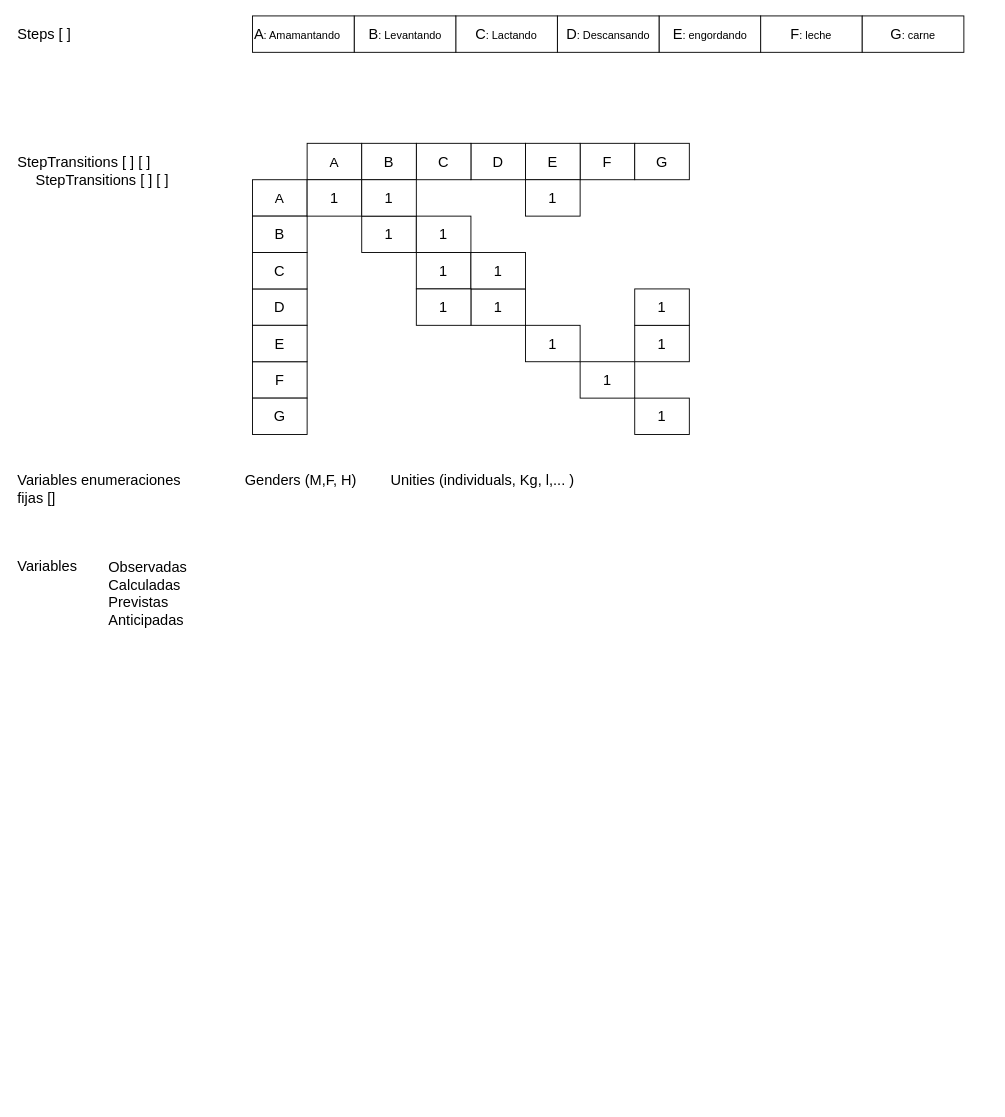
Before: page "Genérico" (1 of 2) of CiclosBovinos.drawio in stdupas/app.agromaker, a draw.io diagram. Source tidied: cells renumbered, new cells numbered last; positions are measured from the earlier drawing's top-left corner, leaving out a move shared by most shapes. Both pictures are drawn from the tidied source at 91%, with x=0, y=0 at pixel (15, 15).
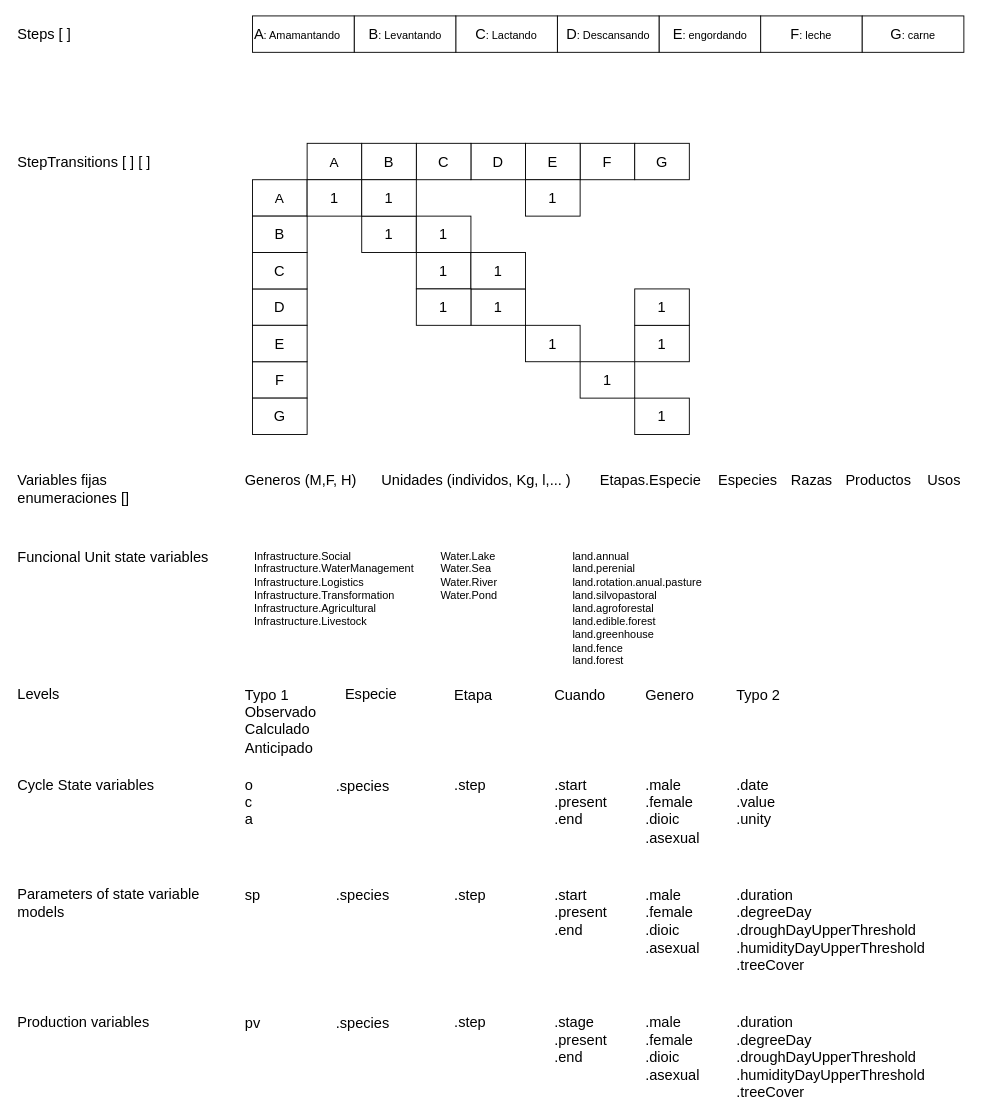
The same page after the edit.

What changed in the source:
```diff
@@
-    <mxCell id="4" value="Variables enumeraciones fijas [] " style="text;html=1;strokeColor=none;fillColor=none;align=left;verticalAlign=middle;whiteSpace=wrap;rounded=0;fontSize=16;" parent="1" vertex="1">
+    <mxCell id="4" value="Variables fijas enumeraciones [] " style="text;html=1;strokeColor=none;fillColor=none;align=left;verticalAlign=middle;whiteSpace=wrap;rounded=0;fontSize=16;" parent="1" vertex="1">
       <mxGeometry y="500" width="200" height="40" as="geometry" />
     </mxCell>
-    <mxCell id="5" value="StepTransitions [ ] [ ]" style="text;html=1;strokeColor=none;fillColor=none;align=left;verticalAlign=middle;whiteSpace=wrap;rounded=0;fontSize=16;" parent="1" vertex="1">
-      <mxGeometry x="20" y="170" width="180" height="20" as="geometry" />
-    </mxCell>
-    <mxCell id="6" value="Genders (M,F, H)" style="text;html=1;strokeColor=none;fillColor=none;align=left;verticalAlign=middle;whiteSpace=wrap;rounded=0;fontSize=16;" parent="1" vertex="1">
+    <mxCell id="6" value="Generos (M,F, H)" style="text;html=1;strokeColor=none;fillColor=none;align=left;verticalAlign=middle;whiteSpace=wrap;rounded=0;fontSize=16;" parent="1" vertex="1">
       <mxGeometry x="250" y="500" width="150" height="20" as="geometry" />
     </mxCell>
-    <mxCell id="7" value="Unities (individuals, Kg, l,... )" style="text;html=1;strokeColor=none;fillColor=none;align=left;verticalAlign=middle;whiteSpace=wrap;rounded=0;fontSize=16;" parent="1" vertex="1">
-      <mxGeometry x="410" y="500" width="320" height="20" as="geometry" />
+    <mxCell id="7" value="Unidades (individos, Kg, l,... )" style="text;html=1;strokeColor=none;fillColor=none;align=left;verticalAlign=middle;whiteSpace=wrap;rounded=0;fontSize=16;" parent="1" vertex="1">
+      <mxGeometry x="400" y="500" width="230" height="20" as="geometry" />
     </mxCell>
-    <mxCell id="8" value="Variables " style="text;html=1;strokeColor=none;fillColor=none;align=left;verticalAlign=middle;whiteSpace=wrap;rounded=0;fontSize=16;" parent="1" vertex="1">
-      <mxGeometry y="590" width="80" height="30" as="geometry" />
+    <mxCell id="8" value="Levels" style="text;html=1;strokeColor=none;fillColor=none;align=left;verticalAlign=middle;whiteSpace=wrap;rounded=0;fontSize=16;" parent="1" vertex="1">
+      <mxGeometry y="730" width="160" height="30" as="geometry" />
     </mxCell>
@@
-    <mxCell id="48" value="&lt;div style=&quot;font-size: 16px;&quot;&gt;Observadas&lt;/div&gt;&lt;div style=&quot;font-size: 16px;&quot;&gt;Calculadas&lt;/div&gt;&lt;div style=&quot;font-size: 16px;&quot;&gt;Previstas &lt;br style=&quot;font-size: 16px;&quot;&gt;&lt;/div&gt;&lt;div style=&quot;font-size: 16px;&quot;&gt;Anticipadas&lt;br style=&quot;font-size: 16px;&quot;&gt;&lt;/div&gt;" style="text;whiteSpace=wrap;html=1;fontSize=16;verticalAlign=top;" parent="1" vertex="1">
-      <mxGeometry x="100" y="590" width="100" height="90" as="geometry" />
+    <mxCell id="48" value="&lt;div style=&quot;font-size: 16px;&quot;&gt;Typo 1&lt;br&gt;Observado&lt;/div&gt;&lt;div style=&quot;font-size: 16px;&quot;&gt;Calculado&lt;/div&gt;Anticipado" style="text;whiteSpace=wrap;html=1;fontSize=16;verticalAlign=top;" parent="1" vertex="1">
+      <mxGeometry x="250" y="730" width="100" height="90" as="geometry" />
     </mxCell>
+    <mxCell id="49" value="&lt;div style=&quot;font-size: 16px;&quot;&gt;o&lt;/div&gt;&lt;div style=&quot;font-size: 16px;&quot;&gt;c&lt;/div&gt;&lt;div style=&quot;font-size: 16px;&quot;&gt;a&lt;br style=&quot;font-size: 16px;&quot;&gt;&lt;/div&gt;" style="text;whiteSpace=wrap;html=1;fontSize=16;verticalAlign=top;" parent="1" vertex="1">
+      <mxGeometry x="250" y="829" width="100" height="90" as="geometry" />
+    </mxCell>
+    <mxCell id="50" value="Etapa" style="text;whiteSpace=wrap;html=1;fontSize=16;verticalAlign=top;" parent="1" vertex="1">
+      <mxGeometry x="480" y="730" width="100" height="90" as="geometry" />
+    </mxCell>
+    <mxCell id="51" value=".step" style="text;whiteSpace=wrap;html=1;fontSize=16;verticalAlign=top;" parent="1" vertex="1">
+      <mxGeometry x="480" y="829" width="100" height="90" as="geometry" />
+    </mxCell>
+    <mxCell id="52" value="Cuando" style="text;whiteSpace=wrap;html=1;fontSize=16;verticalAlign=top;" parent="1" vertex="1">
+      <mxGeometry x="590" y="730" width="100" height="70" as="geometry" />
+    </mxCell>
+    <mxCell id="53" value="&lt;div&gt;.start&lt;/div&gt;&lt;div&gt;.present&lt;/div&gt;&lt;div&gt;.end&lt;br&gt;&lt;/div&gt;" style="text;whiteSpace=wrap;html=1;fontSize=16;verticalAlign=top;" parent="1" vertex="1">
+      <mxGeometry x="590" y="829" width="100" height="90" as="geometry" />
+    </mxCell>
+    <mxCell id="54" value="Genero" style="text;whiteSpace=wrap;html=1;fontSize=16;verticalAlign=top;" parent="1" vertex="1">
+      <mxGeometry x="690" y="730" width="100" height="70" as="geometry" />
+    </mxCell>
+    <mxCell id="55" value="&lt;div&gt;.male&lt;/div&gt;&lt;div&gt;.female&lt;br&gt;&lt;/div&gt;&lt;div&gt;.dioic&lt;/div&gt;&lt;div&gt;.asexual&lt;br&gt;&lt;/div&gt;" style="text;whiteSpace=wrap;html=1;fontSize=16;verticalAlign=top;" parent="1" vertex="1">
+      <mxGeometry x="690" y="829" width="100" height="80" as="geometry" />
+    </mxCell>
+    <mxCell id="56" value="Typo 2" style="text;whiteSpace=wrap;html=1;fontSize=16;verticalAlign=top;" parent="1" vertex="1">
+      <mxGeometry x="790" y="730" width="100" height="70" as="geometry" />
+    </mxCell>
+    <mxCell id="57" value="&lt;div&gt;.date&lt;/div&gt;&lt;div&gt;.value&lt;/div&gt;&lt;div&gt;.unity&lt;br&gt;&lt;/div&gt;" style="text;whiteSpace=wrap;html=1;fontSize=16;verticalAlign=top;" parent="1" vertex="1">
+      <mxGeometry x="790" y="829" width="100" height="80" as="geometry" />
+    </mxCell>
+    <mxCell id="58" value="Cycle State variables " style="text;html=1;strokeColor=none;fillColor=none;align=left;verticalAlign=middle;whiteSpace=wrap;rounded=0;fontSize=16;" parent="1" vertex="1">
+      <mxGeometry y="830" width="220" height="30" as="geometry" />
+    </mxCell>
+    <mxCell id="59" value="Parameters of state variable models" style="text;html=1;strokeColor=none;fillColor=none;align=left;verticalAlign=middle;whiteSpace=wrap;rounded=0;fontSize=16;" parent="1" vertex="1">
+      <mxGeometry y="960" width="220" height="30" as="geometry" />
+    </mxCell>
+    <mxCell id="60" value="sp" style="text;whiteSpace=wrap;html=1;fontSize=16;verticalAlign=top;" parent="1" vertex="1">
+      <mxGeometry x="250" y="950" width="60" height="60" as="geometry" />
+    </mxCell>
+    <mxCell id="61" value=".step" style="text;whiteSpace=wrap;html=1;fontSize=16;verticalAlign=top;" parent="1" vertex="1">
+      <mxGeometry x="480" y="950" width="100" height="90" as="geometry" />
+    </mxCell>
+    <mxCell id="62" value="&lt;div&gt;.start&lt;/div&gt;&lt;div&gt;.present&lt;/div&gt;&lt;div&gt;.end&lt;br&gt;&lt;/div&gt;" style="text;whiteSpace=wrap;html=1;fontSize=16;verticalAlign=top;" parent="1" vertex="1">
+      <mxGeometry x="590" y="950" width="100" height="90" as="geometry" />
+    </mxCell>
+    <mxCell id="63" value="&lt;div&gt;.male&lt;/div&gt;&lt;div&gt;.female&lt;br&gt;&lt;/div&gt;&lt;div&gt;.dioic&lt;/div&gt;&lt;div&gt;.asexual&lt;br&gt;&lt;/div&gt;" style="text;whiteSpace=wrap;html=1;fontSize=16;verticalAlign=top;" parent="1" vertex="1">
+      <mxGeometry x="690" y="950" width="100" height="80" as="geometry" />
+    </mxCell>
+    <mxCell id="64" value="&lt;div&gt;.duration&lt;/div&gt;&lt;div&gt;.degreeDay&lt;/div&gt;&lt;div&gt;.droughDayUpperThreshold&lt;/div&gt;&lt;div&gt;.humidityDayUpperThreshold&lt;/div&gt;&lt;div&gt;.treeCover&lt;br&gt;&lt;/div&gt;" style="text;whiteSpace=wrap;html=1;fontSize=16;verticalAlign=top;" parent="1" vertex="1">
+      <mxGeometry x="790" y="950" width="100" height="80" as="geometry" />
+    </mxCell>
+    <mxCell id="65" value="Production variables" style="text;html=1;strokeColor=none;fillColor=none;align=left;verticalAlign=middle;whiteSpace=wrap;rounded=0;fontSize=16;" parent="1" vertex="1">
+      <mxGeometry y="1091" width="220" height="30" as="geometry" />
+    </mxCell>
+    <mxCell id="66" value="pv" style="text;whiteSpace=wrap;html=1;fontSize=16;verticalAlign=top;" parent="1" vertex="1">
+      <mxGeometry x="250" y="1091" width="100" height="90" as="geometry" />
+    </mxCell>
+    <mxCell id="67" value=".step" style="text;whiteSpace=wrap;html=1;fontSize=16;verticalAlign=top;" parent="1" vertex="1">
+      <mxGeometry x="480" y="1090" width="100" height="90" as="geometry" />
+    </mxCell>
+    <mxCell id="68" value="&lt;div&gt;.stage&lt;/div&gt;&lt;div&gt;.present&lt;/div&gt;&lt;div&gt;.end&lt;br&gt;&lt;/div&gt;" style="text;whiteSpace=wrap;html=1;fontSize=16;verticalAlign=top;" parent="1" vertex="1">
+      <mxGeometry x="590" y="1090" width="100" height="90" as="geometry" />
+    </mxCell>
+    <mxCell id="69" value="&lt;div&gt;.male&lt;/div&gt;&lt;div&gt;.female&lt;br&gt;&lt;/div&gt;&lt;div&gt;.dioic&lt;/div&gt;&lt;div&gt;.asexual&lt;br&gt;&lt;/div&gt;" style="text;whiteSpace=wrap;html=1;fontSize=16;verticalAlign=top;" parent="1" vertex="1">
+      <mxGeometry x="690" y="1090" width="100" height="80" as="geometry" />
+    </mxCell>
+    <mxCell id="70" value="&lt;div&gt;.duration&lt;/div&gt;&lt;div&gt;.degreeDay&lt;/div&gt;&lt;div&gt;.droughDayUpperThreshold&lt;/div&gt;&lt;div&gt;.humidityDayUpperThreshold&lt;/div&gt;&lt;div&gt;.treeCover&lt;br&gt;&lt;/div&gt;" style="text;whiteSpace=wrap;html=1;fontSize=16;verticalAlign=top;" parent="1" vertex="1">
+      <mxGeometry x="790" y="1090" width="100" height="80" as="geometry" />
+    </mxCell>
+    <mxCell id="71" value="Etapas.Especie" style="text;html=1;strokeColor=none;fillColor=none;align=left;verticalAlign=middle;whiteSpace=wrap;rounded=0;fontSize=16;" parent="1" vertex="1">
+      <mxGeometry x="640" y="500" width="100" height="20" as="geometry" />
+    </mxCell>
+    <mxCell id="72" value="Especies" style="text;html=1;strokeColor=none;fillColor=none;align=left;verticalAlign=middle;whiteSpace=wrap;rounded=0;fontSize=16;" parent="1" vertex="1">
+      <mxGeometry x="770" y="500" width="100" height="20" as="geometry" />
+    </mxCell>
+    <mxCell id="73" value="Especie" style="text;html=1;strokeColor=none;fillColor=none;align=left;verticalAlign=middle;whiteSpace=wrap;rounded=0;fontSize=16;" parent="1" vertex="1">
+      <mxGeometry x="360" y="735" width="100" height="20" as="geometry" />
+    </mxCell>
+    <mxCell id="74" value=".species" style="text;whiteSpace=wrap;html=1;fontSize=16;verticalAlign=top;" parent="1" vertex="1">
+      <mxGeometry x="350" y="830" width="100" height="99" as="geometry" />
+    </mxCell>
+    <mxCell id="75" value=".species" style="text;whiteSpace=wrap;html=1;fontSize=16;verticalAlign=top;" parent="1" vertex="1">
+      <mxGeometry x="350" y="950" width="100" height="90" as="geometry" />
+    </mxCell>
+    <mxCell id="76" value=".species" style="text;whiteSpace=wrap;html=1;fontSize=16;verticalAlign=top;" parent="1" vertex="1">
+      <mxGeometry x="350" y="1091" width="100" height="90" as="geometry" />
+    </mxCell>
+    <mxCell id="77" value="Razas" style="text;html=1;strokeColor=none;fillColor=none;align=left;verticalAlign=middle;whiteSpace=wrap;rounded=0;fontSize=16;" parent="1" vertex="1">
+      <mxGeometry x="850" y="500" width="100" height="20" as="geometry" />
+    </mxCell>
+    <mxCell id="78" value="Productos" style="text;html=1;strokeColor=none;fillColor=none;align=left;verticalAlign=middle;whiteSpace=wrap;rounded=0;fontSize=16;" parent="1" vertex="1">
+      <mxGeometry x="910" y="500" width="100" height="20" as="geometry" />
+    </mxCell>
+    <mxCell id="79" value="Usos" style="text;html=1;strokeColor=none;fillColor=none;align=left;verticalAlign=middle;whiteSpace=wrap;rounded=0;fontSize=16;" parent="1" vertex="1">
+      <mxGeometry x="1000" y="500" width="70" height="20" as="geometry" />
+    </mxCell>
+    <mxCell id="80" value="Funcional Unit state variables" style="text;html=1;strokeColor=none;fillColor=none;align=left;verticalAlign=middle;whiteSpace=wrap;rounded=0;fontSize=16;" parent="1" vertex="1">
+      <mxGeometry y="580" width="220" height="30" as="geometry" />
+    </mxCell>
+    <mxCell id="81" value="&lt;div&gt;Infrastructure.Social &lt;br&gt;&lt;/div&gt;&lt;div&gt;Infrastructure.WaterManagement &lt;br&gt;&lt;/div&gt;&lt;div&gt;Infrastructure.Logistics &lt;br&gt;&lt;/div&gt;&lt;div&gt;Infrastructure.Transformation &lt;br&gt;&lt;/div&gt;&lt;div&gt;Infrastructure.Agricultural &lt;br&gt;&lt;/div&gt;&lt;div&gt;Infrastructure.Livestock&lt;/div&gt;" style="text;whiteSpace=wrap;html=1;" parent="1" vertex="1">
+      <mxGeometry x="260" y="580" width="120" height="110" as="geometry" />
+    </mxCell>
+    <mxCell id="82" value="&lt;div&gt;Water.Lake &lt;br&gt;&lt;/div&gt;Water.Sea&lt;div&gt;Water.River&lt;/div&gt;&lt;div&gt;Water.Pond&lt;/div&gt;" style="text;whiteSpace=wrap;html=1;" parent="1" vertex="1">
+      <mxGeometry x="465" y="580" width="120" height="110" as="geometry" />
+    </mxCell>
+    <mxCell id="83" value="&lt;div&gt;land.annual&lt;/div&gt;&lt;div&gt;land.perenial&lt;div&gt;land.rotation.anual.pasture&lt;/div&gt;&lt;div&gt;land.silvopastoral&lt;/div&gt;land.agroforestal&lt;/div&gt;&lt;div&gt;land.edible.forest&lt;div&gt;land.greenhouse&lt;/div&gt;&lt;div&gt;land.fence&lt;/div&gt;&lt;div&gt;land.forest&lt;/div&gt;&lt;div&gt;&lt;br&gt;&lt;div&gt;&lt;br&gt;&lt;br&gt;&lt;/div&gt;&lt;/div&gt;&lt;div&gt;&lt;br&gt;&lt;br&gt;&lt;/div&gt;&lt;br&gt;&lt;br&gt;&lt;/div&gt;" style="text;whiteSpace=wrap;html=1;" parent="1" vertex="1">
+      <mxGeometry x="610" y="580" width="120" height="110" as="geometry" />
+    </mxCell>
```
